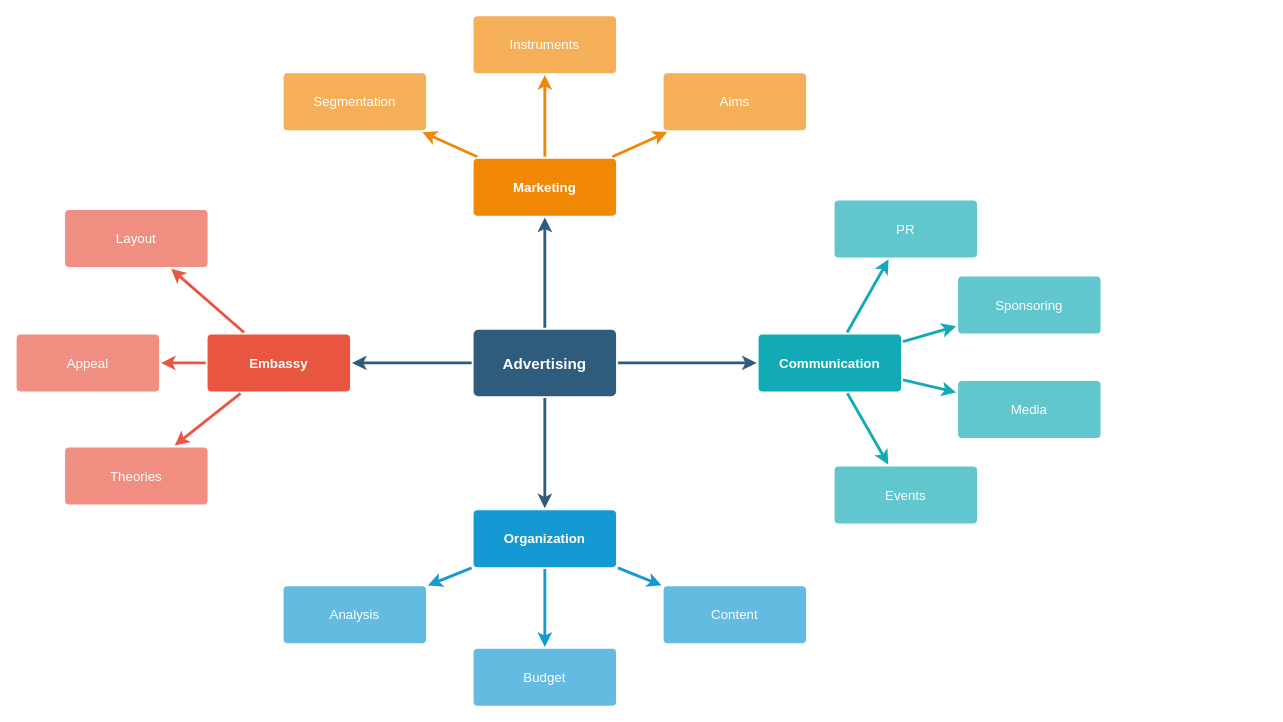
This is Unbenanntes Diagramm.drawio from MatLange/uqwxd-react_labs, a draw.io file, before an edit. Source tidied: cells renumbered, new cells numbered last; positions are measured from the earlier drawing's top-left corner, leaving out a move shared by most shapes. Both pictures are drawn from the tidied source at 95%, with x=0, y=0 at pixel (16, 15).
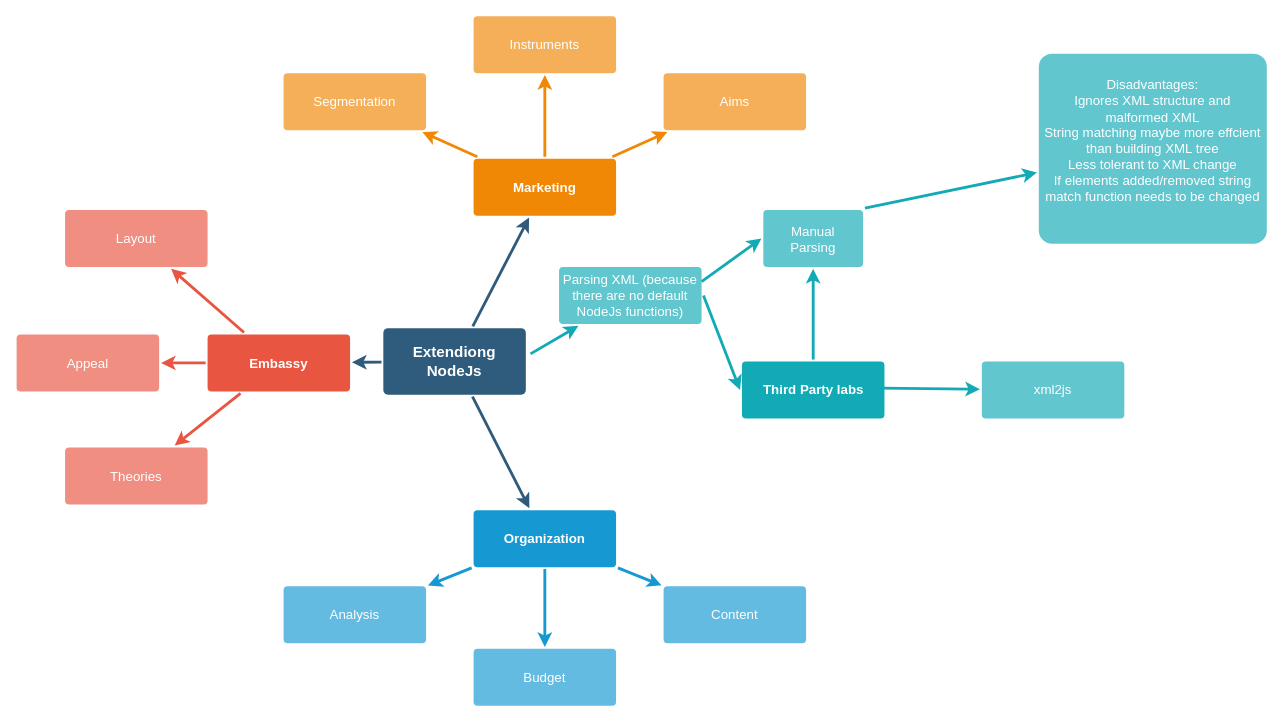
Above is the later version.

The edit, as a diff of the source:
```diff
@@
-    <mxCell id="3" style="edgeStyle=none;rounded=0;jumpStyle=none;html=1;shadow=0;labelBackgroundColor=none;startArrow=none;startFill=0;endArrow=classic;endFill=1;jettySize=auto;strokeColor=#2F5B7C;strokeWidth=3;fontFamily=Helvetica;fontSize=16;fontColor=#23445D;spacing=5;" parent="1" edge="1" source="6" target="28">
-      <mxGeometry relative="1" as="geometry" />
-    </mxCell>
@@
-    <mxCell id="6" value="Advertising" style="rounded=1;whiteSpace=wrap;html=1;shadow=0;labelBackgroundColor=none;strokeColor=none;strokeWidth=3;fillColor=#2F5B7C;fontFamily=Helvetica;fontSize=16;fontColor=#FFFFFF;align=center;fontStyle=1;spacing=5;arcSize=7;perimeterSpacing=2;" parent="1" vertex="1">
-      <mxGeometry x="481" y="330.5" width="150" height="70" as="geometry" />
+    <mxCell id="6" value="Extendiong NodeJs" style="rounded=1;whiteSpace=wrap;html=1;shadow=0;labelBackgroundColor=none;strokeColor=none;strokeWidth=3;fillColor=#2F5B7C;fontFamily=Helvetica;fontSize=16;fontColor=#FFFFFF;align=center;fontStyle=1;spacing=5;arcSize=7;perimeterSpacing=2;" parent="1" vertex="1">
+      <mxGeometry x="386" y="329" width="150" height="70" as="geometry" />
     </mxCell>
@@
-    <mxCell id="28" value="Communication" style="rounded=1;whiteSpace=wrap;html=1;shadow=0;labelBackgroundColor=none;strokeColor=none;strokeWidth=3;fillColor=#12aab5;fontFamily=Helvetica;fontSize=14;fontColor=#FFFFFF;align=center;spacing=5;fontStyle=1;arcSize=7;perimeterSpacing=2;" parent="1" vertex="1">
-      <mxGeometry x="781" y="335.5" width="150" height="60" as="geometry" />
+    <mxCell id="28" value="Third Party labs" style="rounded=1;whiteSpace=wrap;html=1;shadow=0;labelBackgroundColor=none;strokeColor=none;strokeWidth=3;fillColor=#12aab5;fontFamily=Helvetica;fontSize=14;fontColor=#FFFFFF;align=center;spacing=5;fontStyle=1;arcSize=7;perimeterSpacing=2;" parent="1" vertex="1">
+      <mxGeometry x="763.5" y="364" width="150" height="60" as="geometry" />
     </mxCell>
-    <mxCell id="29" value="Events" style="rounded=1;whiteSpace=wrap;html=1;shadow=0;labelBackgroundColor=none;strokeColor=none;strokeWidth=3;fillColor=#61c6ce;fontFamily=Helvetica;fontSize=14;fontColor=#FFFFFF;align=center;spacing=5;fontStyle=0;arcSize=7;perimeterSpacing=2;" parent="1" vertex="1">
-      <mxGeometry x="861" y="474.5" width="150" height="60" as="geometry" />
+    <mxCell id="29" value="Disadvantages:&lt;br&gt;Ignores XML structure and malformed XML&lt;br&gt;String matching maybe more effcient than building XML tree&lt;br&gt;Less tolerant to XML change&lt;div&gt;If elements added/removed string match function needs to be changed&lt;br&gt;&lt;div&gt;&lt;br&gt;&lt;/div&gt;&lt;/div&gt;" style="rounded=1;whiteSpace=wrap;html=1;shadow=0;labelBackgroundColor=none;strokeColor=none;strokeWidth=3;fillColor=#61c6ce;fontFamily=Helvetica;fontSize=14;fontColor=#FFFFFF;align=center;spacing=5;fontStyle=0;arcSize=7;perimeterSpacing=2;" parent="1" vertex="1">
+      <mxGeometry x="1076" y="40" width="240" height="200" as="geometry" />
     </mxCell>
-    <mxCell id="30" style="edgeStyle=none;rounded=1;jumpStyle=none;html=1;shadow=0;labelBackgroundColor=none;startArrow=none;startFill=0;jettySize=auto;strokeColor=#12AAB5;strokeWidth=3;fontFamily=Helvetica;fontSize=14;fontColor=#FFFFFF;spacing=5;fontStyle=1;fillColor=#b0e3e6;" parent="1" edge="1" source="28" target="29">
+    <mxCell id="30" style="edgeStyle=none;rounded=1;jumpStyle=none;html=1;shadow=0;labelBackgroundColor=none;startArrow=none;startFill=0;jettySize=auto;strokeColor=#12AAB5;strokeWidth=3;fontFamily=Helvetica;fontSize=14;fontColor=#FFFFFF;spacing=5;fontStyle=1;fillColor=#b0e3e6;exitX=1;exitY=0;exitDx=0;exitDy=0;" parent="1" edge="1" source="33" target="29">
       <mxGeometry relative="1" as="geometry" />
     </mxCell>
-    <mxCell id="31" value="Media" style="rounded=1;whiteSpace=wrap;html=1;shadow=0;labelBackgroundColor=none;strokeColor=none;strokeWidth=3;fillColor=#61c6ce;fontFamily=Helvetica;fontSize=14;fontColor=#FFFFFF;align=center;spacing=5;fontStyle=0;arcSize=7;perimeterSpacing=2;" parent="1" vertex="1">
-      <mxGeometry x="991" y="384.5" width="150" height="60" as="geometry" />
+    <mxCell id="31" value="xml2js" style="rounded=1;whiteSpace=wrap;html=1;shadow=0;labelBackgroundColor=none;strokeColor=none;strokeWidth=3;fillColor=#61c6ce;fontFamily=Helvetica;fontSize=14;fontColor=#FFFFFF;align=center;spacing=5;fontStyle=0;arcSize=7;perimeterSpacing=2;" parent="1" vertex="1">
+      <mxGeometry x="1016" y="364" width="150" height="60" as="geometry" />
     </mxCell>
-    <mxCell id="32" style="edgeStyle=none;rounded=1;jumpStyle=none;html=1;shadow=0;labelBackgroundColor=none;startArrow=none;startFill=0;jettySize=auto;strokeColor=#12AAB5;strokeWidth=3;fontFamily=Helvetica;fontSize=14;fontColor=#FFFFFF;spacing=5;fontStyle=1;fillColor=#b0e3e6;" parent="1" edge="1" source="28" target="31">
+    <mxCell id="32" style="edgeStyle=none;rounded=1;jumpStyle=none;html=1;shadow=0;labelBackgroundColor=none;startArrow=none;startFill=0;jettySize=auto;strokeColor=#12AAB5;strokeWidth=3;fontFamily=Helvetica;fontSize=14;fontColor=#FFFFFF;spacing=5;fontStyle=1;fillColor=#b0e3e6;exitX=0.958;exitY=0.469;exitDx=0;exitDy=0;exitPerimeter=0;" parent="1" edge="1" source="28" target="31">
       <mxGeometry relative="1" as="geometry" />
     </mxCell>
-    <mxCell id="33" value="Sponsoring" style="rounded=1;whiteSpace=wrap;html=1;shadow=0;labelBackgroundColor=none;strokeColor=none;strokeWidth=3;fillColor=#61c6ce;fontFamily=Helvetica;fontSize=14;fontColor=#FFFFFF;align=center;spacing=5;fontStyle=0;arcSize=7;perimeterSpacing=2;" parent="1" vertex="1">
-      <mxGeometry x="991" y="274.5" width="150" height="60" as="geometry" />
+    <mxCell id="33" value="Manual Parsing" style="rounded=1;whiteSpace=wrap;html=1;shadow=0;labelBackgroundColor=none;strokeColor=none;strokeWidth=3;fillColor=#61c6ce;fontFamily=Helvetica;fontSize=14;fontColor=#FFFFFF;align=center;spacing=5;fontStyle=0;arcSize=7;perimeterSpacing=2;" parent="1" vertex="1">
+      <mxGeometry x="786" y="204.5" width="105" height="60" as="geometry" />
     </mxCell>
@@
-    <mxCell id="35" value="PR" style="rounded=1;whiteSpace=wrap;html=1;shadow=0;labelBackgroundColor=none;strokeColor=none;strokeWidth=3;fillColor=#61c6ce;fontFamily=Helvetica;fontSize=14;fontColor=#FFFFFF;align=center;spacing=5;fontStyle=0;arcSize=7;perimeterSpacing=2;" parent="1" vertex="1">
-      <mxGeometry x="861" y="194.5" width="150" height="60" as="geometry" />
+    <mxCell id="35" value="Parsing XML (because there are no default NodeJs functions)" style="rounded=1;whiteSpace=wrap;html=1;shadow=0;labelBackgroundColor=none;strokeColor=none;strokeWidth=3;fillColor=#61c6ce;fontFamily=Helvetica;fontSize=14;fontColor=#FFFFFF;align=center;spacing=5;fontStyle=0;arcSize=7;perimeterSpacing=2;" parent="1" vertex="1">
+      <mxGeometry x="571" y="264.5" width="150" height="60" as="geometry" />
     </mxCell>
-    <mxCell id="36" style="edgeStyle=none;rounded=1;jumpStyle=none;html=1;shadow=0;labelBackgroundColor=none;startArrow=none;startFill=0;jettySize=auto;strokeColor=#12AAB5;strokeWidth=3;fontFamily=Helvetica;fontSize=14;fontColor=#FFFFFF;spacing=5;fontStyle=1;fillColor=#b0e3e6;" parent="1" edge="1" source="28" target="35">
+    <mxCell id="36" style="edgeStyle=none;rounded=1;jumpStyle=none;html=1;shadow=0;labelBackgroundColor=none;startArrow=none;startFill=0;jettySize=auto;strokeColor=#12AAB5;strokeWidth=3;fontFamily=Helvetica;fontSize=14;fontColor=#FFFFFF;spacing=5;fontStyle=1;fillColor=#b0e3e6;exitX=1.019;exitY=0.392;exitDx=0;exitDy=0;exitPerimeter=0;" parent="1" edge="1" source="6" target="35">
       <mxGeometry relative="1" as="geometry" />
     </mxCell>
+    <mxCell id="37" style="edgeStyle=none;rounded=1;jumpStyle=none;html=1;shadow=0;labelBackgroundColor=none;startArrow=none;startFill=0;jettySize=auto;strokeColor=#12AAB5;strokeWidth=3;fontFamily=Helvetica;fontSize=14;fontColor=#FFFFFF;spacing=5;fontStyle=1;fillColor=#b0e3e6;exitX=1;exitY=0.5;exitDx=0;exitDy=0;entryX=0;entryY=0.5;entryDx=0;entryDy=0;" parent="1" edge="1" source="35" target="28">
+      <mxGeometry relative="1" as="geometry" />
+    </mxCell>
+    <mxCell id="38" style="edgeStyle=none;rounded=1;jumpStyle=none;html=1;shadow=0;labelBackgroundColor=none;startArrow=none;startFill=0;jettySize=auto;strokeColor=#12AAB5;strokeWidth=3;fontFamily=Helvetica;fontSize=14;fontColor=#FFFFFF;spacing=5;fontStyle=1;fillColor=#b0e3e6;exitX=1;exitY=0.5;exitDx=0;exitDy=0;entryX=0;entryY=0.5;entryDx=0;entryDy=0;" parent="1" edge="1" target="33">
+      <mxGeometry relative="1" as="geometry">
+        <mxPoint x="721" y="280" as="sourcePoint" />
+      </mxGeometry>
+    </mxCell>
```
